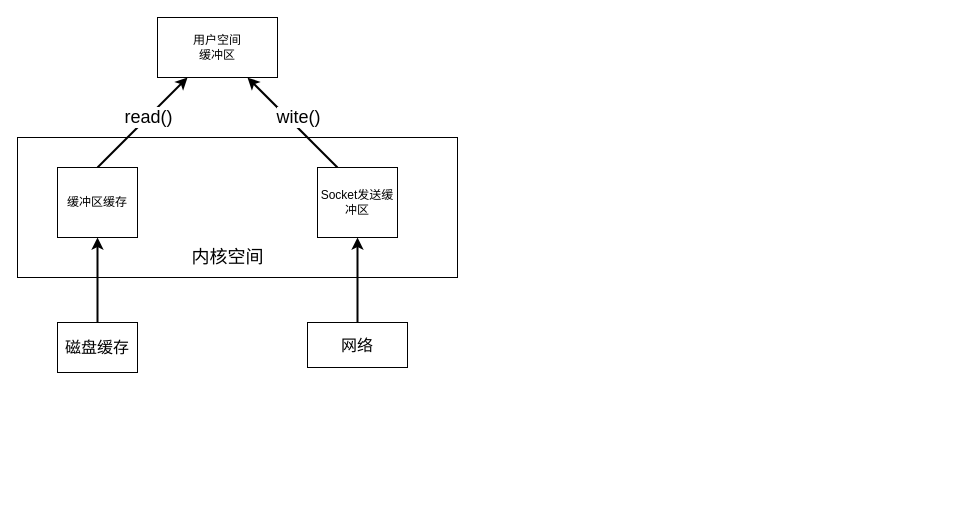
Before: page "传统IO" (1 of 2) of os/IO.drawio in Xrtero/illustrations, a draw.io diagram. Source tidied: cells renumbered, new cells numbered last; positions are measured from the earlier drawing's top-left corner, leaving out a move shared by most shapes. Both pictures are drawn from the tidied source at 100%, with x=0, y=0 at pixel (17, 17).
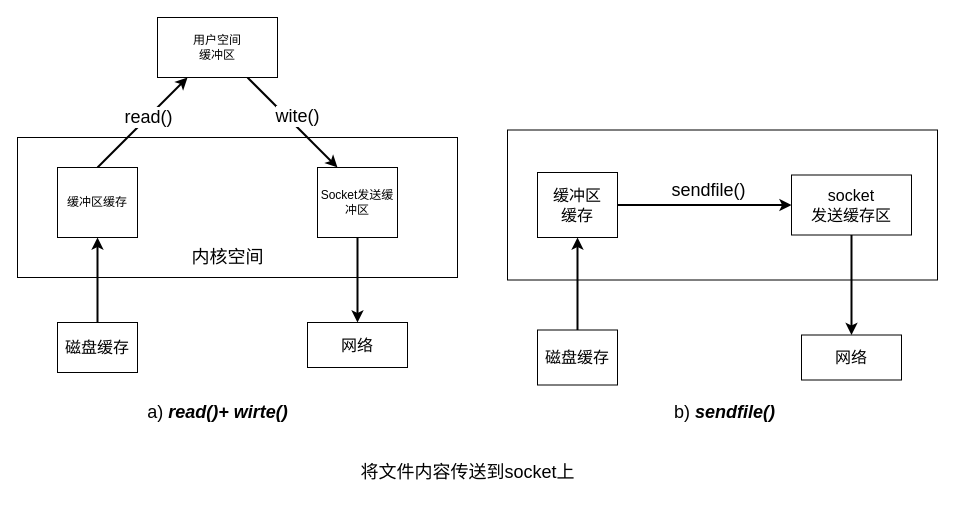
Above is the later version.

Unchanged cells that the change refers to:
```xml
<mxCell id="2" value="用户空间&lt;br&gt;缓冲区" style="rounded=0;whiteSpace=wrap;html=1;" parent="1" vertex="1">
  <mxGeometry x="140" width="120" height="60" as="geometry" />
</mxCell>
<mxCell id="9" value="Socket发送缓冲区" style="rounded=0;whiteSpace=wrap;html=1;fillColor=default;" parent="1" vertex="1">
  <mxGeometry x="300" y="150" width="80" height="70" as="geometry" />
</mxCell>
<mxCell id="14" value="网络" style="whiteSpace=wrap;html=1;fontSize=16;fillColor=default;" parent="1" vertex="1">
  <mxGeometry x="290" y="305" width="100" height="45" as="geometry" />
</mxCell>
```

Diff of the diagram source:
```diff
@@
+    <mxCell id="15" style="edgeStyle=none;rounded=0;jettySize=auto;html=1;exitX=0.75;exitY=1;exitDx=0;exitDy=0;entryX=0.25;entryY=0;entryDx=0;entryDy=0;fontSize=18;strokeWidth=2;" parent="1" edge="1" source="2" target="9">
+      <mxGeometry relative="1" as="geometry" />
+    </mxCell>
+    <mxCell id="8" value="wite()" style="edgeLabel;html=1;align=center;verticalAlign=middle;fontSize=18;" parent="15" vertex="1">
+      <mxGeometry x="-0.21" y="-5" relative="1" as="geometry">
+        <mxPoint x="18" as="offset" />
+      </mxGeometry>
+    </mxCell>
@@
-    <mxCell id="7" style="edgeStyle=none;rounded=0;jettySize=auto;html=1;exitX=0.25;exitY=0;exitDx=0;exitDy=0;entryX=0.75;entryY=1;entryDx=0;entryDy=0;fontSize=18;strokeWidth=2;" parent="1" edge="1" source="9" target="2">
-      <mxGeometry relative="1" as="geometry" />
-    </mxCell>
-    <mxCell id="8" value="wite()" style="edgeLabel;html=1;align=center;verticalAlign=middle;fontSize=18;" parent="7" vertex="1">
-      <mxGeometry x="0.37" y="2" relative="1" as="geometry">
-        <mxPoint x="23" y="10" as="offset" />
-      </mxGeometry>
-    </mxCell>
+    <mxCell id="16" style="edgeStyle=none;rounded=0;jettySize=auto;html=1;fontSize=18;strokeWidth=2;" parent="1" edge="1" source="9" target="14">
+      <mxGeometry relative="1" as="geometry" />
+    </mxCell>
@@
-    <mxCell id="13" style="edgeStyle=none;rounded=0;jettySize=auto;html=1;fontSize=16;strokeWidth=2;" parent="1" edge="1" source="14" target="9">
-      <mxGeometry relative="1" as="geometry" />
-    </mxCell>
@@
+    <mxCell id="17" style="rounded=0;whiteSpace=wrap;html=1;fontSize=16;fillColor=none;" parent="1" vertex="1">
+      <mxGeometry x="490" y="112.5" width="430" height="150" as="geometry" />
+    </mxCell>
+    <mxCell id="18" style="edgeStyle=none;rounded=0;jettySize=auto;html=1;fontSize=16;strokeWidth=2;" parent="1" edge="1" source="20" target="22">
+      <mxGeometry relative="1" as="geometry" />
+    </mxCell>
+    <mxCell id="19" value="&lt;font style=&quot;font-size: 18px&quot;&gt;sendfile()&lt;/font&gt;" style="edgeLabel;html=1;align=center;verticalAlign=middle;fontSize=16;" parent="18" vertex="1">
+      <mxGeometry x="-0.17" y="4" relative="1" as="geometry">
+        <mxPoint x="18" y="-11" as="offset" />
+      </mxGeometry>
+    </mxCell>
+    <mxCell id="20" value="缓冲区&lt;br&gt;缓存" style="rounded=0;whiteSpace=wrap;html=1;fontSize=16;fillColor=default;" parent="1" vertex="1">
+      <mxGeometry x="520" y="155" width="80" height="65" as="geometry" />
+    </mxCell>
+    <mxCell id="21" style="edgeStyle=none;rounded=0;jettySize=auto;html=1;fontSize=18;strokeWidth=2;" parent="1" edge="1" source="22" target="25">
+      <mxGeometry relative="1" as="geometry" />
+    </mxCell>
+    <mxCell id="22" value="socket&lt;br&gt;发送缓存区" style="rounded=0;whiteSpace=wrap;html=1;fontSize=16;fillColor=default;" parent="1" vertex="1">
+      <mxGeometry x="774" y="157.5" width="120" height="60" as="geometry" />
+    </mxCell>
+    <mxCell id="23" style="edgeStyle=none;rounded=0;jettySize=auto;html=1;entryX=0.5;entryY=1;entryDx=0;entryDy=0;fontSize=18;strokeWidth=2;" parent="1" edge="1" source="24" target="20">
+      <mxGeometry relative="1" as="geometry" />
+    </mxCell>
+    <mxCell id="24" value="&lt;font style=&quot;font-size: 16px&quot;&gt;磁盘缓存&lt;/font&gt;" style="whiteSpace=wrap;html=1;fontSize=18;fillColor=default;" parent="1" vertex="1">
+      <mxGeometry x="520" y="312.5" width="80" height="55" as="geometry" />
+    </mxCell>
+    <mxCell id="25" value="网络" style="whiteSpace=wrap;html=1;fontSize=16;fillColor=default;" parent="1" vertex="1">
+      <mxGeometry x="784" y="317.5" width="100" height="45" as="geometry" />
+    </mxCell>
+    <mxCell id="26" value="a) &lt;b&gt;&lt;i&gt;read()+ wirte()&lt;/i&gt;&lt;/b&gt;" style="text;html=1;align=center;verticalAlign=middle;strokeColor=none;fillColor=none;fontSize=18;" parent="1" vertex="1">
+      <mxGeometry x="120" y="380" width="160" height="30" as="geometry" />
+    </mxCell>
+    <mxCell id="27" value="b) &lt;b&gt;&lt;i&gt;sendfile()&lt;/i&gt;&lt;/b&gt;" style="text;html=1;align=center;verticalAlign=middle;strokeColor=none;fillColor=none;fontSize=18;" parent="1" vertex="1">
+      <mxGeometry x="647" y="380" width="120" height="30" as="geometry" />
+    </mxCell>
+    <mxCell id="28" value="将文件内容传送到socket上" style="text;html=1;align=center;verticalAlign=middle;strokeColor=none;fillColor=none;fontSize=18;" parent="1" vertex="1">
+      <mxGeometry x="335" y="440" width="230" height="30" as="geometry" />
+    </mxCell>
```
